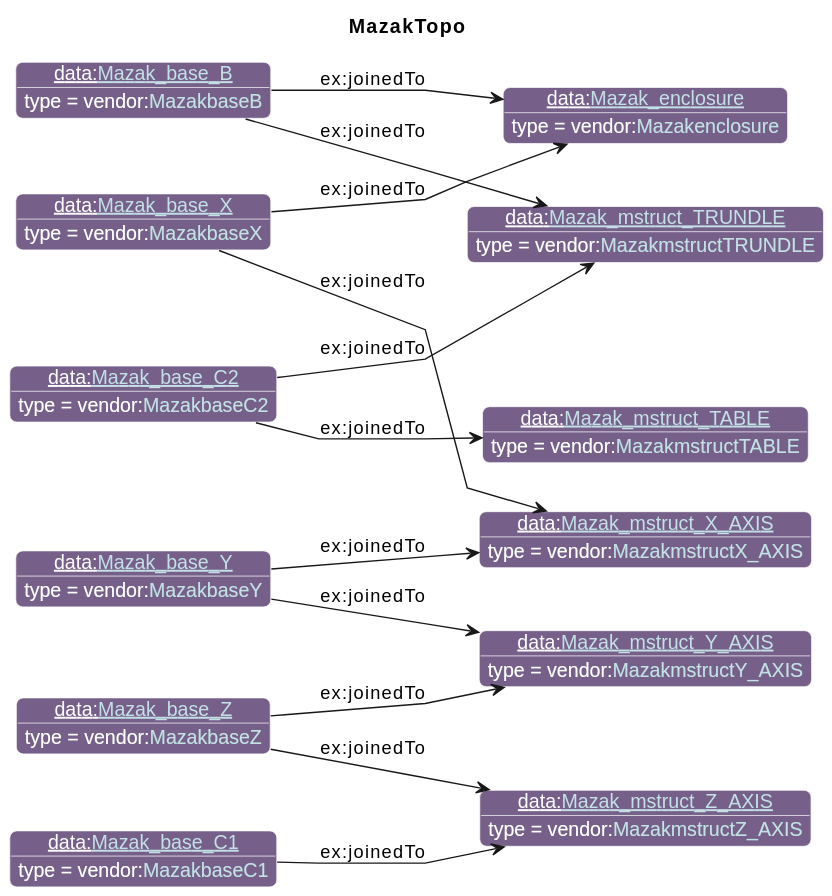
The PlantUML diagram diagrams/MazakTopo.svg in iofoundry/example-syseng-mtconnect, before a commit.
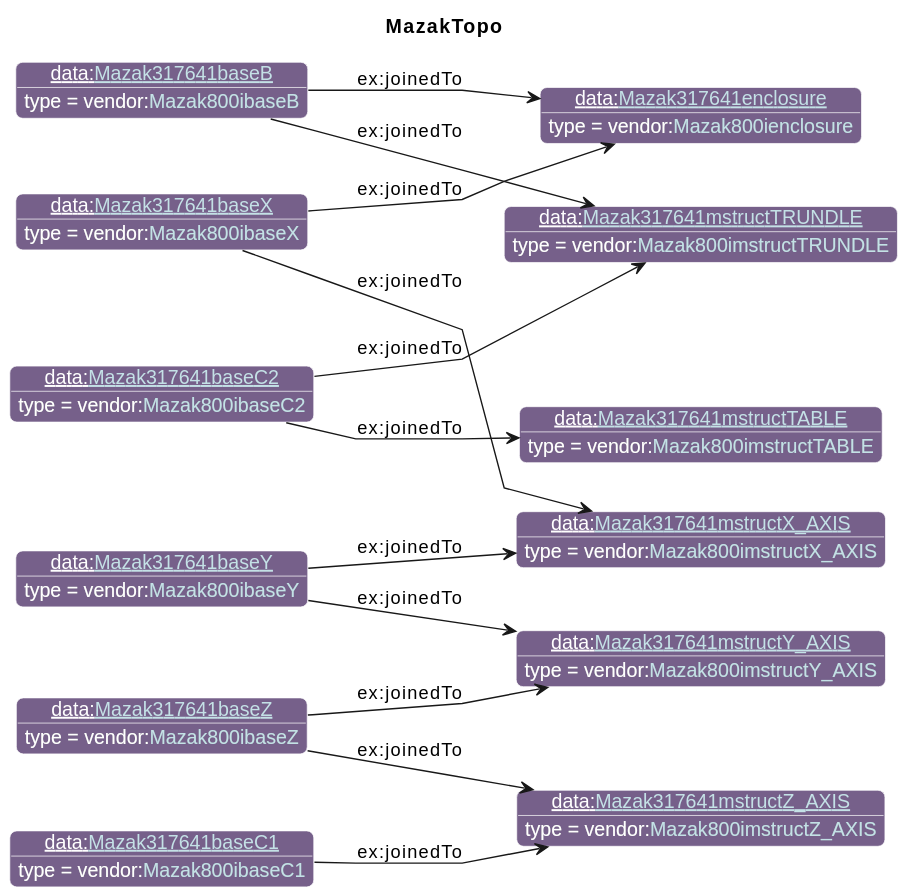
The same file after the commit.

What changed in the source:
```diff
@@ -25,18 +25,18 @@
                       "cmns-dsg":"3A0519",
                       "qp":"641B2E"
       }
-individual(o0, data:[[./Mazak_base_X.html Mazak_base_X]], vendor:[[../Mazak.html#MazakbaseX MazakbaseX]])
-individual(o1, data:[[./Mazak_enclosure.html Mazak_enclosure]], vendor:[[../Mazak.html#Mazakenclosure Mazakenclosure]])
-individual(o2, data:[[./Mazak_mstruct_X_AXIS.html Mazak_mstruct_X_AXIS]], vendor:[[../Mazak.html#MazakmstructX_AXIS MazakmstructX_AXIS]])
-individual(o3, data:[[./Mazak_base_Y.html Mazak_base_Y]], vendor:[[../Mazak.html#MazakbaseY MazakbaseY]])
-individual(o4, data:[[./Mazak_mstruct_Y_AXIS.html Mazak_mstruct_Y_AXIS]], vendor:[[../Mazak.html#MazakmstructY_AXIS MazakmstructY_AXIS]])
-individual(o5, data:[[./Mazak_base_Z.html Mazak_base_Z]], vendor:[[../Mazak.html#MazakbaseZ MazakbaseZ]])
-individual(o6, data:[[./Mazak_mstruct_Z_AXIS.html Mazak_mstruct_Z_AXIS]], vendor:[[../Mazak.html#MazakmstructZ_AXIS MazakmstructZ_AXIS]])
-individual(o7, data:[[./Mazak_base_C1.html Mazak_base_C1]], vendor:[[../Mazak.html#MazakbaseC1 MazakbaseC1]])
-individual(o8, data:[[./Mazak_base_B.html Mazak_base_B]], vendor:[[../Mazak.html#MazakbaseB MazakbaseB]])
-individual(o9, data:[[./Mazak_mstruct_TRUNDLE.html Mazak_mstruct_TRUNDLE]], vendor:[[../Mazak.html#MazakmstructTRUNDLE MazakmstructTRUNDLE]])
-individual(o10, data:[[./Mazak_base_C2.html Mazak_base_C2]], vendor:[[../Mazak.html#MazakbaseC2 MazakbaseC2]])
-individual(o11, data:[[./Mazak_mstruct_TABLE.html Mazak_mstruct_TABLE]], vendor:[[../Mazak.html#MazakmstructTABLE MazakmstructTABLE]])
+individual(o0, data:[[./Mazak317641baseX.html Mazak317641baseX]], vendor:[[../Mazak.html#Mazak800ibaseX Mazak800ibaseX]])
+individual(o1, data:[[./Mazak317641enclosure.html Mazak317641enclosure]], vendor:[[../Mazak.html#Mazak800ienclosure Mazak800ienclosure]])
+individual(o2, data:[[./Mazak317641mstructX_AXIS.html Mazak317641mstructX_AXIS]], vendor:[[../Mazak.html#Mazak800imstructX_AXIS Mazak800imstructX_AXIS]])
+individual(o3, data:[[./Mazak317641baseY.html Mazak317641baseY]], vendor:[[../Mazak.html#Mazak800ibaseY Mazak800ibaseY]])
+individual(o4, data:[[./Mazak317641mstructY_AXIS.html Mazak317641mstructY_AXIS]], vendor:[[../Mazak.html#Mazak800imstructY_AXIS Mazak800imstructY_AXIS]])
+individual(o5, data:[[./Mazak317641baseZ.html Mazak317641baseZ]], vendor:[[../Mazak.html#Mazak800ibaseZ Mazak800ibaseZ]])
+individual(o6, data:[[./Mazak317641mstructZ_AXIS.html Mazak317641mstructZ_AXIS]], vendor:[[../Mazak.html#Mazak800imstructZ_AXIS Mazak800imstructZ_AXIS]])
+individual(o7, data:[[./Mazak317641baseC1.html Mazak317641baseC1]], vendor:[[../Mazak.html#Mazak800ibaseC1 Mazak800ibaseC1]])
+individual(o8, data:[[./Mazak317641baseB.html Mazak317641baseB]], vendor:[[../Mazak.html#Mazak800ibaseB Mazak800ibaseB]])
+individual(o9, data:[[./Mazak317641mstructTRUNDLE.html Mazak317641mstructTRUNDLE]], vendor:[[../Mazak.html#Mazak800imstructTRUNDLE Mazak800imstructTRUNDLE]])
+individual(o10, data:[[./Mazak317641baseC2.html Mazak317641baseC2]], vendor:[[../Mazak.html#Mazak800ibaseC2 Mazak800ibaseC2]])
+individual(o11, data:[[./Mazak317641mstructTABLE.html Mazak317641mstructTABLE]], vendor:[[../Mazak.html#Mazak800imstructTABLE Mazak800imstructTABLE]])
 property(o0, "ex:joinedTo", o1)
 property(o0, "ex:joinedTo", o2)
 property(o3, "ex:joinedTo", o2)
```
